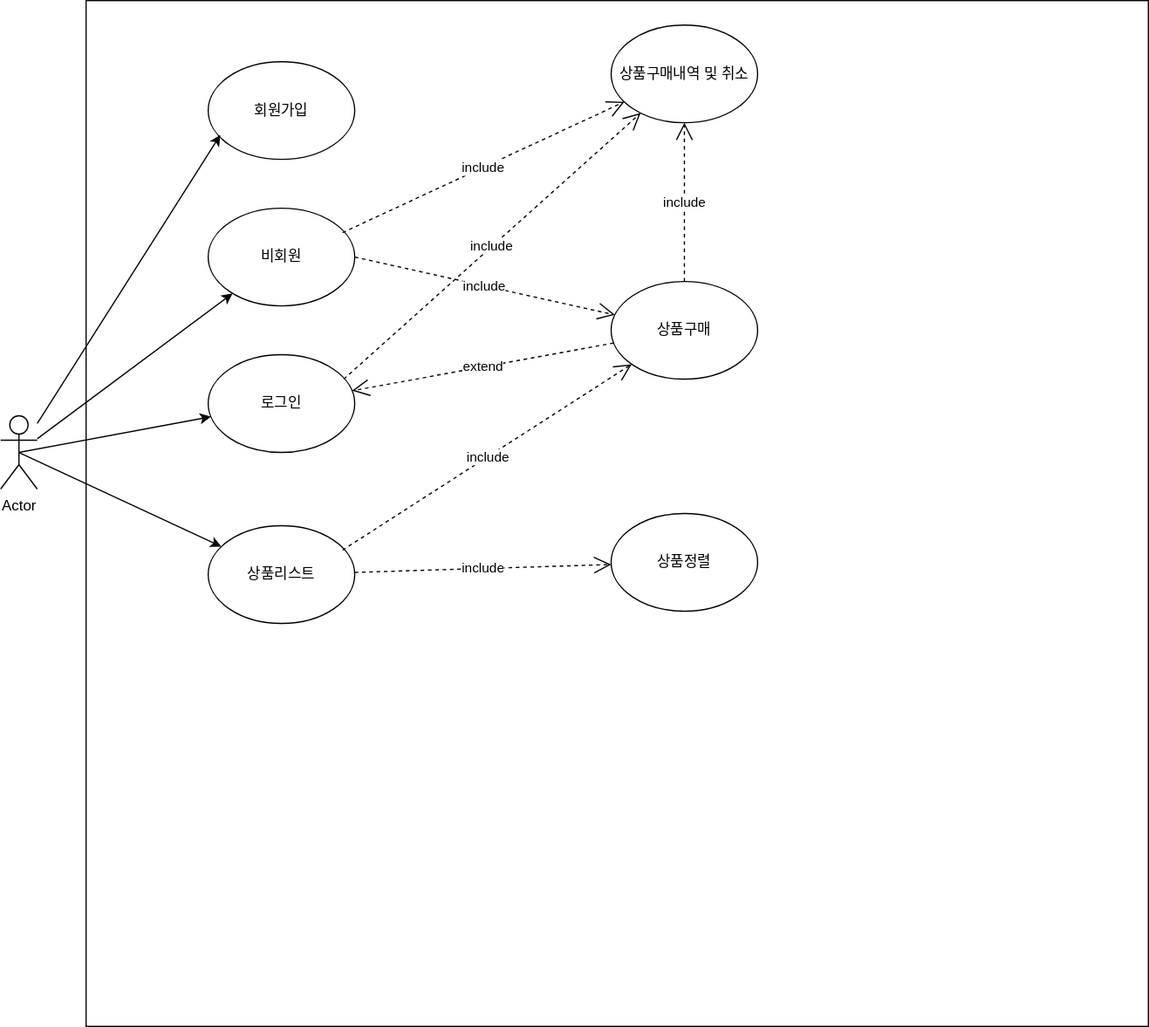
Earlier version of the draw.io export 제목 없는 다이어그램.drawio.svg (pjw0808/portfolio). Source tidied: cells renumbered, new cells last; positions are measured from the earlier drawing's top-left corner, leaving out a move shared by most shapes.
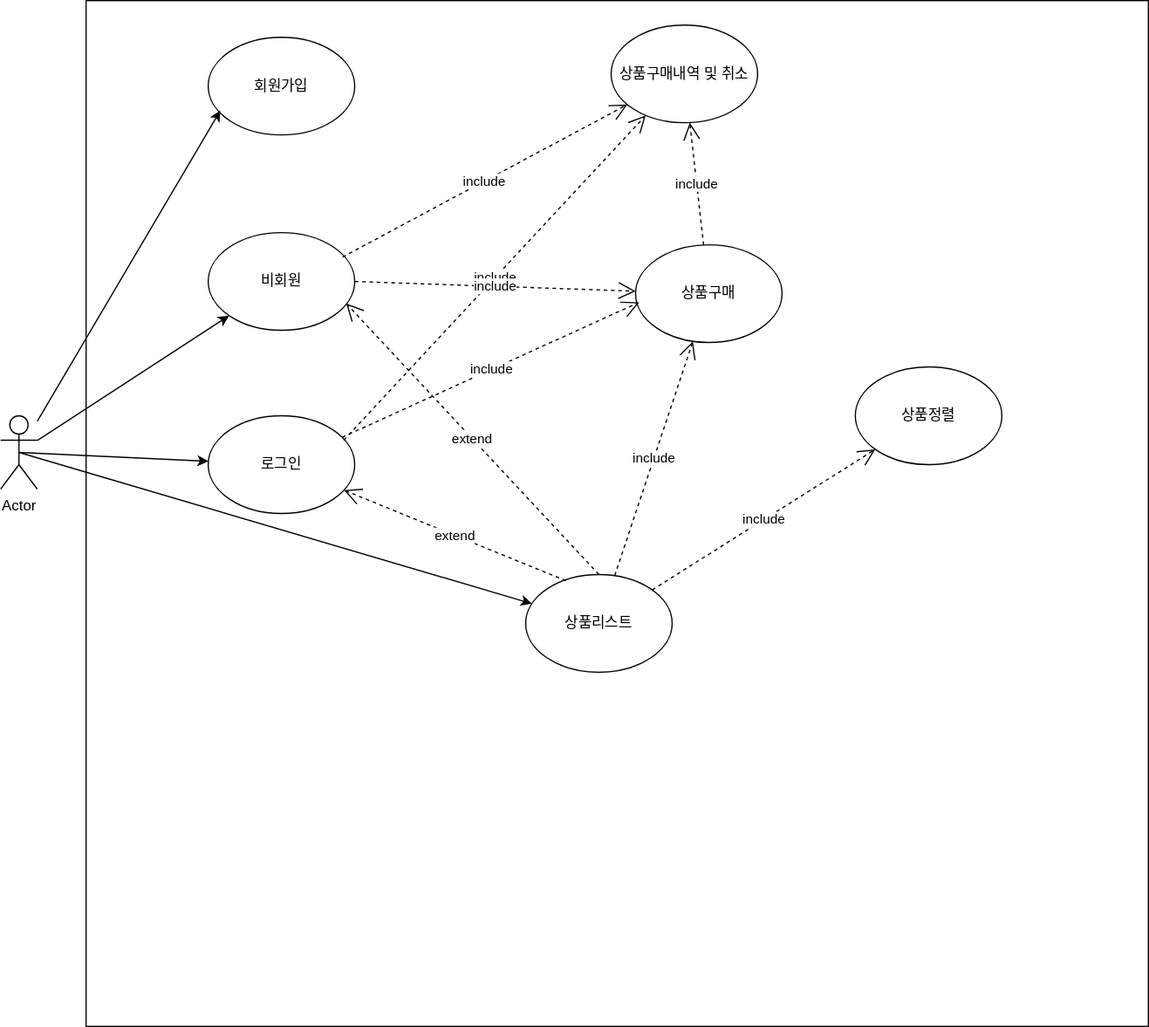
Later version of the same file.

Commit message:
제목 없는 다이어그램.drawio.svg 업데이트

The edit, as a diff of the source:
```diff
@@ -6,13 +6,13 @@
       <mxGeometry x="70" width="870" height="840" as="geometry" />
     </mxCell>
     <mxCell id="3" value="로그인" style="ellipse;whiteSpace=wrap;html=1;" parent="1" vertex="1">
-      <mxGeometry x="170" y="290" width="120" height="80" as="geometry" />
+      <mxGeometry x="170" y="340" width="120" height="80" as="geometry" />
     </mxCell>
     <mxCell id="4" value="Actor" style="shape=umlActor;verticalLabelPosition=bottom;verticalAlign=top;html=1;outlineConnect=0;" parent="1" vertex="1">
       <mxGeometry y="340" width="30" height="60" as="geometry" />
     </mxCell>
     <mxCell id="5" value="회원가입" style="ellipse;whiteSpace=wrap;html=1;" parent="1" vertex="1">
-      <mxGeometry x="170" y="50" width="120" height="80" as="geometry" />
+      <mxGeometry x="170" y="30" width="120" height="80" as="geometry" />
     </mxCell>
     <mxCell id="6" style="endArrow=classic;html=1;rounded=0;entryX=0.083;entryY=0.75;entryDx=0;entryDy=0;entryPerimeter=0;" parent="1" edge="1" source="4" target="5">
       <mxGeometry relative="1" as="geometry" />
@@ -21,28 +21,23 @@
       <mxGeometry relative="1" as="geometry" />
     </mxCell>
     <mxCell id="8" value="상품리스트" style="ellipse;whiteSpace=wrap;html=1;" parent="1" vertex="1">
-      <mxGeometry x="170" y="430" width="120" height="80" as="geometry" />
+      <mxGeometry x="430" y="470" width="120" height="80" as="geometry" />
     </mxCell>
     <mxCell id="9" style="endArrow=classic;html=1;rounded=0;exitX=0.5;exitY=0.5;exitDx=0;exitDy=0;exitPerimeter=0;" parent="1" edge="1" source="4" target="8">
       <mxGeometry relative="1" as="geometry" />
     </mxCell>
     <mxCell id="10" value="상품정렬" style="ellipse;whiteSpace=wrap;html=1;" parent="1" vertex="1">
-      <mxGeometry x="500" y="420" width="120" height="80" as="geometry" />
+      <mxGeometry x="700" y="300" width="120" height="80" as="geometry" />
     </mxCell>
     <mxCell id="11" value="include" style="endArrow=open;endSize=12;dashed=1;html=1;rounded=0;" parent="1" edge="1" source="8" target="10">
       <mxGeometry relative="1" as="geometry" />
     </mxCell>
     <mxCell id="12" value="상품구매" style="ellipse;whiteSpace=wrap;html=1;" parent="1" vertex="1">
-      <mxGeometry x="500" y="230" width="120" height="80" as="geometry" />
+      <mxGeometry x="520" y="200" width="120" height="80" as="geometry" />
     </mxCell>
-    <mxCell id="13" value="include" style="endArrow=open;endSize=12;dashed=1;html=1;rounded=0;" parent="1" edge="1" target="12">
-      <mxGeometry relative="1" as="geometry">
-        <mxPoint x="280" y="450" as="sourcePoint" />
-      </mxGeometry>
+    <mxCell id="13" value="include" style="endArrow=open;endSize=12;dashed=1;html=1;rounded=0;" parent="1" edge="1" source="8" target="12">
+      <mxGeometry relative="1" as="geometry" />
     </mxCell>
-    <mxCell id="14" value="extend" style="endArrow=open;endSize=12;dashed=1;html=1;rounded=0;" parent="1" edge="1" source="12" target="3">
-      <mxGeometry relative="1" as="geometry" />
-    </mxCell>
     <mxCell id="15" value="상품구매내역 및 취소" style="ellipse;whiteSpace=wrap;html=1;" parent="1" vertex="1">
       <mxGeometry x="500" y="20" width="120" height="80" as="geometry" />
     </mxCell>
@@ -53,7 +48,7 @@
       <mxGeometry relative="1" as="geometry" />
     </mxCell>
     <mxCell id="18" value="비회원" style="ellipse;whiteSpace=wrap;html=1;" parent="1" vertex="1">
-      <mxGeometry x="170" y="170" width="120" height="80" as="geometry" />
+      <mxGeometry x="170" y="190" width="120" height="80" as="geometry" />
     </mxCell>
     <mxCell id="19" style="endArrow=classic;html=1;rounded=0;" parent="1" edge="1" source="4" target="18">
       <mxGeometry relative="1" as="geometry" />
@@ -64,5 +59,14 @@
     <mxCell id="21" value="include" style="endArrow=open;endSize=12;dashed=1;html=1;rounded=0;exitX=1;exitY=0.5;exitDx=0;exitDy=0;" parent="1" edge="1" source="18" target="12">
       <mxGeometry relative="1" as="geometry" />
     </mxCell>
+    <mxCell id="22" value="include" style="endArrow=open;endSize=12;dashed=1;html=1;rounded=0;entryX=0.025;entryY=0.588;entryDx=0;entryDy=0;entryPerimeter=0;" parent="1" edge="1" source="3" target="12">
+      <mxGeometry relative="1" as="geometry" />
+    </mxCell>
+    <mxCell id="23" value="extend" style="endArrow=open;endSize=12;dashed=1;html=1;rounded=0;exitX=0.275;exitY=0.063;exitDx=0;exitDy=0;exitPerimeter=0;" parent="1" edge="1" source="8" target="3">
+      <mxGeometry relative="1" as="geometry" />
+    </mxCell>
+    <mxCell id="24" value="extend" style="endArrow=open;endSize=12;dashed=1;html=1;rounded=0;entryX=0.942;entryY=0.725;entryDx=0;entryDy=0;entryPerimeter=0;exitX=0.5;exitY=0;exitDx=0;exitDy=0;" parent="1" edge="1" source="8" target="18">
+      <mxGeometry relative="1" as="geometry" />
+    </mxCell>
   </root>
 </mxGraphModel>
```
